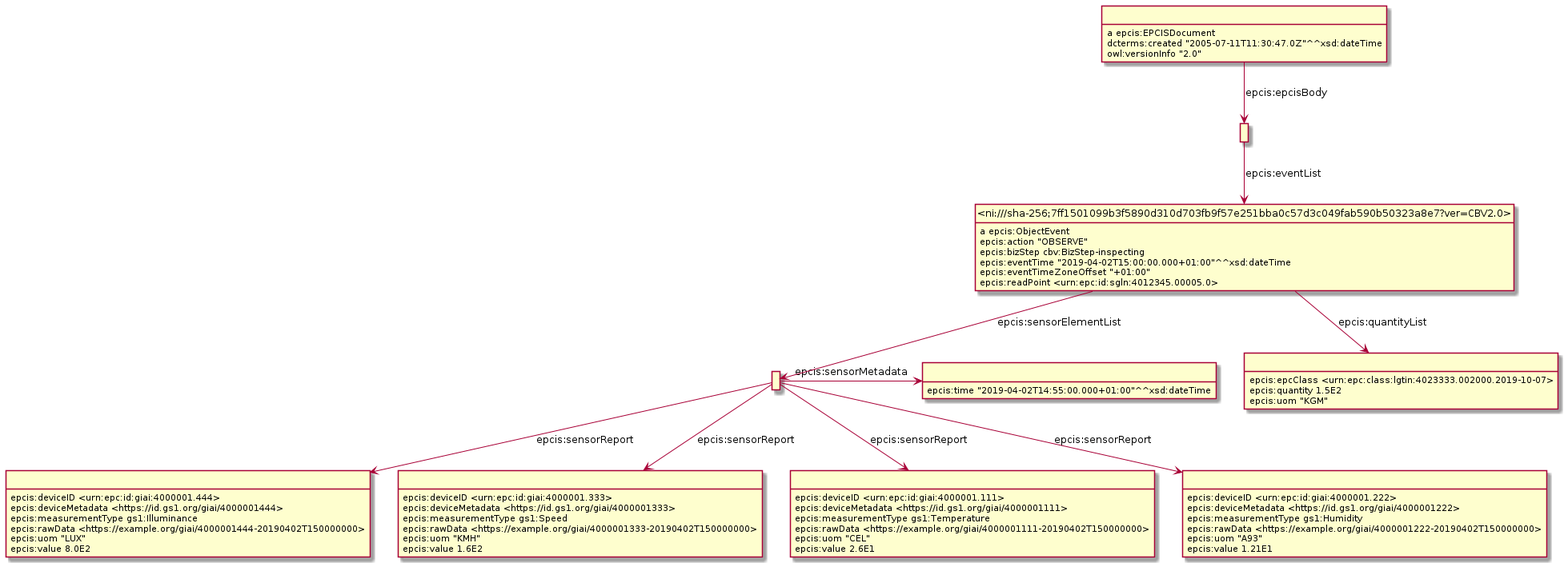
gs1/EPCIS keeps this PlantUML diagram as Diagrams/WithSensorData/SensorDataExample4.png. Above is the earlier version.
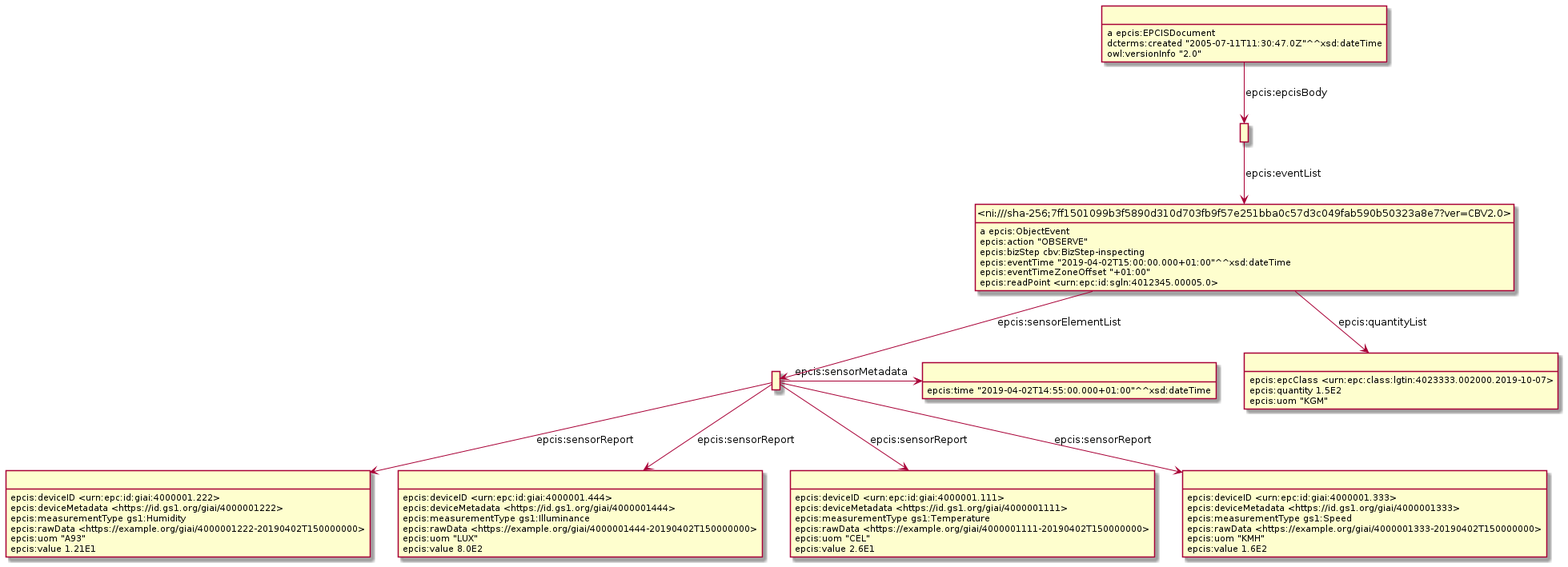
The same diagram one commit later.

Diff of the diagram source:
```diff
@@ -3,60 +3,60 @@
 hide empty attributes
 hide circle
 skinparam classAttributeIconSize 0
-class _r1631887430r1_ as " "
+class _r1631889723r7_ as " "
+_r1631889723r7_ : epcis:deviceID <urn:epc:id:giai:4000001.222>
+_r1631889723r7_ : epcis:deviceMetadata <https://id.gs1.org/giai/4000001222>
+_r1631889723r7_ : epcis:measurementType gs1:Humidity
+_r1631889723r7_ : epcis:rawData <https://example.org/giai/4000001222-20190402T150000000>
+_r1631889723r7_ : epcis:uom "A93"
+_r1631889723r7_ : epcis:value 1.21E1
+class _r1631889723r3_ as " "
+class _r1631889723r5_ as " "
+_r1631889723r3_ -down-> _r1631889723r5_ : epcis:sensorReport
+class _r1631889723r8_ as " "
+_r1631889723r3_ -down-> _r1631889723r8_ : epcis:sensorReport
+class _r1631889723r4_ as " "
+_r1631889723r3_ -right-> _r1631889723r4_ : epcis:sensorMetadata
+class _r1631889723r6_ as " "
+_r1631889723r3_ -down-> _r1631889723r6_ : epcis:sensorReport
+_r1631889723r3_ -down-> _r1631889723r7_ : epcis:sensorReport
+_r1631889723r6_ : epcis:deviceID <urn:epc:id:giai:4000001.333>
+_r1631889723r6_ : epcis:deviceMetadata <https://id.gs1.org/giai/4000001333>
+_r1631889723r6_ : epcis:measurementType gs1:Speed
+_r1631889723r6_ : epcis:rawData <https://example.org/giai/4000001333-20190402T150000000>
+_r1631889723r6_ : epcis:uom "KMH"
+_r1631889723r6_ : epcis:value 1.6E2
 class _ni_sha_256_7ff1501099b3f5890d310d703fb9f57e251bba0c57d3c049fab590b50323a8e7_ver_CBV2_0_ as "<ni:///sha-256;7ff1501099b3f5890d310d703fb9f57e251bba0c57d3c049fab590b50323a8e7?ver=CBV2.0>"
-_r1631887430r1_ -down-> _ni_sha_256_7ff1501099b3f5890d310d703fb9f57e251bba0c57d3c049fab590b50323a8e7_ver_CBV2_0_ : epcis:eventList
-class _r1631887430r3_ as " "
-class _r1631887430r5_ as " "
-_r1631887430r3_ -down-> _r1631887430r5_ : epcis:sensorReport
-class _r1631887430r6_ as " "
-_r1631887430r3_ -down-> _r1631887430r6_ : epcis:sensorReport
-class _r1631887430r4_ as " "
-_r1631887430r3_ -right-> _r1631887430r4_ : epcis:sensorMetadata
-class _r1631887430r8_ as " "
-_r1631887430r3_ -down-> _r1631887430r8_ : epcis:sensorReport
-class _r1631887430r7_ as " "
-_r1631887430r3_ -down-> _r1631887430r7_ : epcis:sensorReport
-_r1631887430r5_ : epcis:deviceID <urn:epc:id:giai:4000001.444>
-_r1631887430r5_ : epcis:deviceMetadata <https://id.gs1.org/giai/4000001444>
-_r1631887430r5_ : epcis:measurementType gs1:Illuminance
-_r1631887430r5_ : epcis:rawData <https://example.org/giai/4000001444-20190402T150000000>
-_r1631887430r5_ : epcis:uom "LUX"
-_r1631887430r5_ : epcis:value 8.0E2
-_r1631887430r8_ : epcis:deviceID <urn:epc:id:giai:4000001.111>
-_r1631887430r8_ : epcis:deviceMetadata <https://id.gs1.org/giai/4000001111>
-_r1631887430r8_ : epcis:measurementType gs1:Temperature
-_r1631887430r8_ : epcis:rawData <https://example.org/giai/4000001111-20190402T150000000>
-_r1631887430r8_ : epcis:uom "CEL"
-_r1631887430r8_ : epcis:value 2.6E1
 _ni_sha_256_7ff1501099b3f5890d310d703fb9f57e251bba0c57d3c049fab590b50323a8e7_ver_CBV2_0_ : a epcis:ObjectEvent
-class _r1631887430r2_ as " "
-_ni_sha_256_7ff1501099b3f5890d310d703fb9f57e251bba0c57d3c049fab590b50323a8e7_ver_CBV2_0_ -down-> _r1631887430r2_ : epcis:quantityList
-_ni_sha_256_7ff1501099b3f5890d310d703fb9f57e251bba0c57d3c049fab590b50323a8e7_ver_CBV2_0_ -down-> _r1631887430r3_ : epcis:sensorElementList
+_ni_sha_256_7ff1501099b3f5890d310d703fb9f57e251bba0c57d3c049fab590b50323a8e7_ver_CBV2_0_ -down-> _r1631889723r3_ : epcis:sensorElementList
+class _r1631889723r2_ as " "
+_ni_sha_256_7ff1501099b3f5890d310d703fb9f57e251bba0c57d3c049fab590b50323a8e7_ver_CBV2_0_ -down-> _r1631889723r2_ : epcis:quantityList
 _ni_sha_256_7ff1501099b3f5890d310d703fb9f57e251bba0c57d3c049fab590b50323a8e7_ver_CBV2_0_ : epcis:action "OBSERVE"
 _ni_sha_256_7ff1501099b3f5890d310d703fb9f57e251bba0c57d3c049fab590b50323a8e7_ver_CBV2_0_ : epcis:bizStep cbv:BizStep-inspecting
 _ni_sha_256_7ff1501099b3f5890d310d703fb9f57e251bba0c57d3c049fab590b50323a8e7_ver_CBV2_0_ : epcis:eventTime "2019-04-02T15:00:00.000+01:00"^^xsd:dateTime
 _ni_sha_256_7ff1501099b3f5890d310d703fb9f57e251bba0c57d3c049fab590b50323a8e7_ver_CBV2_0_ : epcis:eventTimeZoneOffset "+01:00"
 _ni_sha_256_7ff1501099b3f5890d310d703fb9f57e251bba0c57d3c049fab590b50323a8e7_ver_CBV2_0_ : epcis:readPoint <urn:epc:id:sgln:4012345.00005.0>
-class _r1631887430r0_ as " "
-_r1631887430r0_ : a epcis:EPCISDocument
-_r1631887430r0_ -down-> _r1631887430r1_ : epcis:epcisBody
-_r1631887430r0_ : dcterms:created "2005-07-11T11:30:47.0Z"^^xsd:dateTime
-_r1631887430r0_ : owl:versionInfo "2.0"
-_r1631887430r4_ : epcis:time "2019-04-02T14:55:00.000+01:00"^^xsd:dateTime
-_r1631887430r6_ : epcis:deviceID <urn:epc:id:giai:4000001.333>
-_r1631887430r6_ : epcis:deviceMetadata <https://id.gs1.org/giai/4000001333>
-_r1631887430r6_ : epcis:measurementType gs1:Speed
-_r1631887430r6_ : epcis:rawData <https://example.org/giai/4000001333-20190402T150000000>
-_r1631887430r6_ : epcis:uom "KMH"
-_r1631887430r6_ : epcis:value 1.6E2
-_r1631887430r7_ : epcis:deviceID <urn:epc:id:giai:4000001.222>
-_r1631887430r7_ : epcis:deviceMetadata <https://id.gs1.org/giai/4000001222>
-_r1631887430r7_ : epcis:measurementType gs1:Humidity
-_r1631887430r7_ : epcis:rawData <https://example.org/giai/4000001222-20190402T150000000>
-_r1631887430r7_ : epcis:uom "A93"
-_r1631887430r7_ : epcis:value 1.21E1
-_r1631887430r2_ : epcis:epcClass <urn:epc:class:lgtin:4023333.002000.2019-10-07>
-_r1631887430r2_ : epcis:quantity 1.5E2
-_r1631887430r2_ : epcis:uom "KGM"
+_r1631889723r2_ : epcis:epcClass <urn:epc:class:lgtin:4023333.002000.2019-10-07>
+_r1631889723r2_ : epcis:quantity 1.5E2
+_r1631889723r2_ : epcis:uom "KGM"
+_r1631889723r4_ : epcis:time "2019-04-02T14:55:00.000+01:00"^^xsd:dateTime
+_r1631889723r8_ : epcis:deviceID <urn:epc:id:giai:4000001.111>
+_r1631889723r8_ : epcis:deviceMetadata <https://id.gs1.org/giai/4000001111>
+_r1631889723r8_ : epcis:measurementType gs1:Temperature
+_r1631889723r8_ : epcis:rawData <https://example.org/giai/4000001111-20190402T150000000>
+_r1631889723r8_ : epcis:uom "CEL"
+_r1631889723r8_ : epcis:value 2.6E1
+_r1631889723r5_ : epcis:deviceID <urn:epc:id:giai:4000001.444>
+_r1631889723r5_ : epcis:deviceMetadata <https://id.gs1.org/giai/4000001444>
+_r1631889723r5_ : epcis:measurementType gs1:Illuminance
+_r1631889723r5_ : epcis:rawData <https://example.org/giai/4000001444-20190402T150000000>
+_r1631889723r5_ : epcis:uom "LUX"
+_r1631889723r5_ : epcis:value 8.0E2
+class _r1631889723r1_ as " "
+_r1631889723r1_ -down-> _ni_sha_256_7ff1501099b3f5890d310d703fb9f57e251bba0c57d3c049fab590b50323a8e7_ver_CBV2_0_ : epcis:eventList
+class _r1631889723r0_ as " "
+_r1631889723r0_ : a epcis:EPCISDocument
+_r1631889723r0_ -down-> _r1631889723r1_ : epcis:epcisBody
+_r1631889723r0_ : dcterms:created "2005-07-11T11:30:47.0Z"^^xsd:dateTime
+_r1631889723r0_ : owl:versionInfo "2.0"
 @enduml
```
